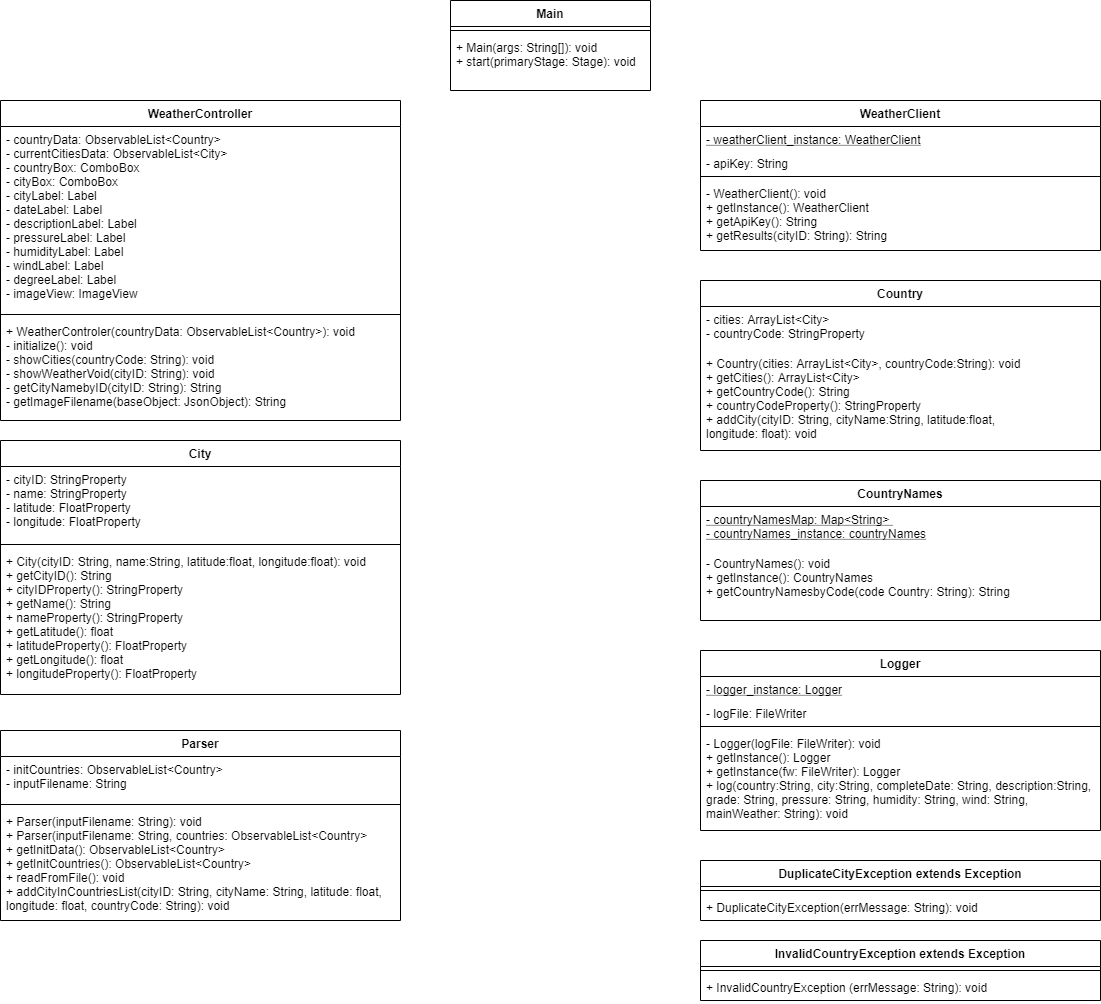
Above: Diagrams/DiagramaClase.png in andreibrinzea/WeatherApp (draw.io), before the change. Source tidied: cells renumbered, new cells last; positions are measured from the earlier drawing's top-left corner, leaving out a move shared by most shapes. Source of this version:
```xml
<mxGraphModel>
  <root>
    <mxCell id="0" />
    <mxCell id="1" parent="0" />
    <mxCell id="2" value="Main" style="swimlane;fontStyle=1;align=center;verticalAlign=top;horizontal=1;startSize=26;" parent="1" vertex="1">
      <mxGeometry x="450" width="200" height="90" as="geometry" />
    </mxCell>
    <mxCell id="3" style="line;strokeWidth=1;fillColor=none;align=left;verticalAlign=middle;spacingTop=-1;spacingLeft=3;spacingRight=3;labelPosition=right;" parent="2" vertex="1">
      <mxGeometry y="26" width="200" height="8" as="geometry" />
    </mxCell>
    <mxCell id="4" value="+ Main(args: String[]): void&#10;+ start(primaryStage: Stage): void" style="text;strokeColor=none;fillColor=none;align=left;verticalAlign=top;spacingLeft=4;spacingRight=4;overflow=hidden;" parent="2" vertex="1">
      <mxGeometry y="34" width="200" height="56" as="geometry" />
    </mxCell>
    <mxCell id="5" value="City" style="swimlane;fontStyle=1;align=center;verticalAlign=top;horizontal=1;startSize=26;" parent="1" vertex="1">
      <mxGeometry y="440" width="400" height="254" as="geometry" />
    </mxCell>
    <mxCell id="6" value="- cityID: StringProperty&#10;- name: StringProperty&#10;- latitude: FloatProperty&#10;- longitude: FloatProperty" style="text;strokeColor=none;fillColor=none;align=left;verticalAlign=top;spacingLeft=4;spacingRight=4;overflow=hidden;points=[[0,0.5],[1,0.5]];portConstraint=eastwest;" parent="5" vertex="1">
      <mxGeometry y="26" width="400" height="74" as="geometry" />
    </mxCell>
    <mxCell id="7" style="line;strokeWidth=1;fillColor=none;align=left;verticalAlign=middle;spacingTop=-1;spacingLeft=3;spacingRight=3;labelPosition=right;" parent="5" vertex="1">
      <mxGeometry y="100" width="400" height="8" as="geometry" />
    </mxCell>
    <mxCell id="8" value="+ City(cityID: String, name:String, latitude:float, longitude:float): void&#10;+ getCityID(): String&#10;+ cityIDProperty(): StringProperty&#10;+ getName(): String&#10;+ nameProperty(): StringProperty&#10;+ getLatitude(): float&#10;+ latitudeProperty(): FloatProperty&#10;+ getLongitude(): float&#10;+ longitudeProperty(): FloatProperty&#10;" style="text;strokeColor=none;fillColor=none;align=left;verticalAlign=top;spacingLeft=4;spacingRight=4;overflow=hidden;points=[[0,0.5],[1,0.5]];portConstraint=eastwest;" parent="5" vertex="1">
      <mxGeometry y="108" width="400" height="146" as="geometry" />
    </mxCell>
    <mxCell id="9" value="Country" style="swimlane;fontStyle=1;align=center;verticalAlign=top;horizontal=1;startSize=26;" parent="1" vertex="1">
      <mxGeometry x="700" y="280" width="400" height="170" as="geometry" />
    </mxCell>
    <mxCell id="10" value="- cities: ArrayList&lt;City&gt;&#10;- countryCode: StringProperty " style="text;strokeColor=none;fillColor=none;align=left;verticalAlign=top;spacingLeft=4;spacingRight=4;overflow=hidden;points=[[0,0.5],[1,0.5]];portConstraint=eastwest;" parent="9" vertex="1">
      <mxGeometry y="26" width="400" height="44" as="geometry" />
    </mxCell>
    <mxCell id="11" value="+ Country(cities: ArrayList&lt;City&gt;, countryCode:String): void&#10;+ getCities(): ArrayList&lt;City&gt;&#10;+ getCountryCode(): String&#10;+ countryCodeProperty(): StringProperty&#10;+ addCity(cityID: String, cityName:String, latitude:float, &#10;longitude: float): void" style="text;strokeColor=none;fillColor=none;align=left;verticalAlign=top;spacingLeft=4;spacingRight=4;overflow=hidden;points=[[0,0.5],[1,0.5]];portConstraint=eastwest;" parent="9" vertex="1">
      <mxGeometry y="70" width="400" height="100" as="geometry" />
    </mxCell>
    <mxCell id="12" value="CountryNames" style="swimlane;fontStyle=1;align=center;verticalAlign=top;horizontal=1;startSize=26;" parent="1" vertex="1">
      <mxGeometry x="700" y="480" width="400" height="140" as="geometry" />
    </mxCell>
    <mxCell id="13" value="- countryNamesMap: Map&lt;String&gt; &#10;- countryNames_instance: countryNames" style="text;strokeColor=none;fillColor=none;align=left;verticalAlign=top;spacingLeft=4;spacingRight=4;overflow=hidden;fontStyle=4;" parent="12" vertex="1">
      <mxGeometry y="26" width="400" height="44" as="geometry" />
    </mxCell>
    <mxCell id="14" value="- CountryNames(): void&#10;+ getInstance(): CountryNames&#10;+ getCountryNamesbyCode(code Country: String): String" style="text;strokeColor=none;fillColor=none;align=left;verticalAlign=top;spacingLeft=4;spacingRight=4;overflow=hidden;" parent="12" vertex="1">
      <mxGeometry y="70" width="400" height="70" as="geometry" />
    </mxCell>
    <mxCell id="15" value="Logger" style="swimlane;fontStyle=1;align=center;verticalAlign=top;horizontal=1;startSize=26;" parent="1" vertex="1">
      <mxGeometry x="700" y="650" width="400" height="180" as="geometry" />
    </mxCell>
    <mxCell id="16" value="- logger_instance: Logger" style="text;strokeColor=none;fillColor=none;align=left;verticalAlign=top;spacingLeft=4;spacingRight=4;overflow=hidden;fontStyle=4;" parent="15" vertex="1">
      <mxGeometry y="26" width="400" height="24" as="geometry" />
    </mxCell>
    <mxCell id="17" value="- logFile: FileWriter" style="text;strokeColor=none;fillColor=none;align=left;verticalAlign=top;spacingLeft=4;spacingRight=4;overflow=hidden;fontStyle=0;" parent="15" vertex="1">
      <mxGeometry y="50" width="400" height="22" as="geometry" />
    </mxCell>
    <mxCell id="18" style="line;strokeWidth=1;fillColor=none;align=left;verticalAlign=middle;spacingTop=-1;spacingLeft=3;spacingRight=3;labelPosition=right;" parent="15" vertex="1">
      <mxGeometry y="72" width="400" height="8" as="geometry" />
    </mxCell>
    <mxCell id="19" value="- Logger(logFile: FileWriter): void&#10;+ getInstance(): Logger&#10;+ getInstance(fw: FileWriter): Logger&#10;+ log(country:String, city:String, completeDate: String, description:String, &#10;grade: String, pressure: String, humidity: String, wind: String, &#10;mainWeather: String): void" style="text;strokeColor=none;fillColor=none;align=left;verticalAlign=top;spacingLeft=4;spacingRight=4;overflow=hidden;fontStyle=0;" parent="15" vertex="1">
      <mxGeometry y="80" width="400" height="100" as="geometry" />
    </mxCell>
    <mxCell id="20" value="WeatherClient" style="swimlane;fontStyle=1;align=center;verticalAlign=top;horizontal=1;startSize=26;" parent="1" vertex="1">
      <mxGeometry x="700" y="100" width="400" height="150" as="geometry" />
    </mxCell>
    <mxCell id="21" value="- weatherClient_instance: WeatherClient" style="text;strokeColor=none;fillColor=none;align=left;verticalAlign=top;spacingLeft=4;spacingRight=4;overflow=hidden;fontStyle=4;" parent="20" vertex="1">
      <mxGeometry y="26" width="400" height="24" as="geometry" />
    </mxCell>
    <mxCell id="22" value="- apiKey: String" style="text;strokeColor=none;fillColor=none;align=left;verticalAlign=top;spacingLeft=4;spacingRight=4;overflow=hidden;fontStyle=0;" parent="20" vertex="1">
      <mxGeometry y="50" width="400" height="22" as="geometry" />
    </mxCell>
    <mxCell id="23" style="line;strokeWidth=1;fillColor=none;align=left;verticalAlign=middle;spacingTop=-1;spacingLeft=3;spacingRight=3;labelPosition=right;" parent="20" vertex="1">
      <mxGeometry y="72" width="400" height="8" as="geometry" />
    </mxCell>
    <mxCell id="24" value="- WeatherClient(): void&#10;+ getInstance(): WeatherClient&#10;+ getApiKey(): String&#10;+ getResults(cityID: String): String" style="text;strokeColor=none;fillColor=none;align=left;verticalAlign=top;spacingLeft=4;spacingRight=4;overflow=hidden;fontStyle=0;" parent="20" vertex="1">
      <mxGeometry y="80" width="400" height="70" as="geometry" />
    </mxCell>
    <mxCell id="25" value="Parser" style="swimlane;fontStyle=1;align=center;verticalAlign=top;horizontal=1;startSize=26;" parent="1" vertex="1">
      <mxGeometry y="730" width="400" height="190" as="geometry" />
    </mxCell>
    <mxCell id="26" value="- initCountries: ObservableList&lt;Country&gt;&#10;- inputFilename: String" style="text;strokeColor=none;fillColor=none;align=left;verticalAlign=top;spacingLeft=4;spacingRight=4;overflow=hidden;" parent="25" vertex="1">
      <mxGeometry y="26" width="400" height="44" as="geometry" />
    </mxCell>
    <mxCell id="27" style="line;strokeWidth=1;fillColor=none;align=left;verticalAlign=middle;spacingTop=-1;spacingLeft=3;spacingRight=3;labelPosition=right;" parent="25" vertex="1">
      <mxGeometry y="70" width="400" height="8" as="geometry" />
    </mxCell>
    <mxCell id="28" value="+ Parser(inputFilename: String): void&#10;+ Parser(inputFilename: String, countries: ObservableList&lt;Country&gt;&#10;+ getInitData(): ObservableList&lt;Country&gt;&#10;+ getInitCountries(): ObservableList&lt;Country&gt;&#10;+ readFromFile(): void&#10;+ addCityInCountriesList(cityID: String, cityName: String, latitude: float,&#10;longitude: float, countryCode: String): void" style="text;strokeColor=none;fillColor=none;align=left;verticalAlign=top;spacingLeft=4;spacingRight=4;overflow=hidden;" parent="25" vertex="1">
      <mxGeometry y="78" width="400" height="112" as="geometry" />
    </mxCell>
    <mxCell id="29" value="WeatherController" style="swimlane;fontStyle=1;align=center;verticalAlign=top;horizontal=1;startSize=26;" parent="1" vertex="1">
      <mxGeometry y="100" width="400" height="320" as="geometry" />
    </mxCell>
    <mxCell id="30" value="- countryData: ObservableList&lt;Country&gt;&#10;- currentCitiesData: ObservableList&lt;City&gt;&#10;- countryBox: ComboBox&#10;- cityBox: ComboBox&#10;- cityLabel: Label&#10;- dateLabel: Label&#10;- descriptionLabel: Label&#10;- pressureLabel: Label&#10;- humidityLabel: Label&#10;- windLabel: Label&#10;- degreeLabel: Label&#10;- imageView: ImageView" style="text;strokeColor=none;fillColor=none;align=left;verticalAlign=top;spacingLeft=4;spacingRight=4;overflow=hidden;points=[[0,0.5],[1,0.5]];portConstraint=eastwest;" parent="29" vertex="1">
      <mxGeometry y="26" width="400" height="184" as="geometry" />
    </mxCell>
    <mxCell id="31" style="line;strokeWidth=1;fillColor=none;align=left;verticalAlign=middle;spacingTop=-1;spacingLeft=3;spacingRight=3;labelPosition=right;" parent="29" vertex="1">
      <mxGeometry y="210" width="400" height="8" as="geometry" />
    </mxCell>
    <mxCell id="32" value="+ WeatherControler(countryData: ObservableList&lt;Country&gt;): void&#10;- initialize(): void&#10;- showCities(countryCode: String): void&#10;- showWeatherVoid(cityID: String): void&#10;- getCityNamebyID(cityID: String): String&#10;- getImageFilename(baseObject: JsonObject): String" style="text;strokeColor=none;fillColor=none;align=left;verticalAlign=top;spacingLeft=4;spacingRight=4;overflow=hidden;" parent="29" vertex="1">
      <mxGeometry y="218" width="400" height="102" as="geometry" />
    </mxCell>
    <mxCell id="33" value="DuplicateCityException extends Exception" style="swimlane;fontStyle=1;align=center;verticalAlign=top;horizontal=1;startSize=26;" parent="1" vertex="1">
      <mxGeometry x="700" y="860" width="400" height="60" as="geometry" />
    </mxCell>
    <mxCell id="34" style="line;strokeWidth=1;fillColor=none;align=left;verticalAlign=middle;spacingTop=-1;spacingLeft=3;spacingRight=3;labelPosition=right;" parent="33" vertex="1">
      <mxGeometry y="26" width="400" height="8" as="geometry" />
    </mxCell>
    <mxCell id="35" value="+ DuplicateCityException(errMessage: String): void" style="text;strokeColor=none;fillColor=none;align=left;verticalAlign=top;spacingLeft=4;spacingRight=4;overflow=hidden;" parent="33" vertex="1">
      <mxGeometry y="34" width="400" height="26" as="geometry" />
    </mxCell>
    <mxCell id="36" value="InvalidCountryException extends Exception" style="swimlane;fontStyle=1;align=center;verticalAlign=top;horizontal=1;startSize=26;" parent="1" vertex="1">
      <mxGeometry x="700" y="940" width="400" height="60" as="geometry" />
    </mxCell>
    <mxCell id="37" style="line;strokeWidth=1;fillColor=none;align=left;verticalAlign=middle;spacingTop=-1;spacingLeft=3;spacingRight=3;labelPosition=right;" parent="36" vertex="1">
      <mxGeometry y="26" width="400" height="8" as="geometry" />
    </mxCell>
    <mxCell id="38" value="+ InvalidCountryException (errMessage: String): void" style="text;strokeColor=none;fillColor=none;align=left;verticalAlign=top;spacingLeft=4;spacingRight=4;overflow=hidden;" parent="36" vertex="1">
      <mxGeometry y="34" width="400" height="26" as="geometry" />
    </mxCell>
  </root>
</mxGraphModel>
```
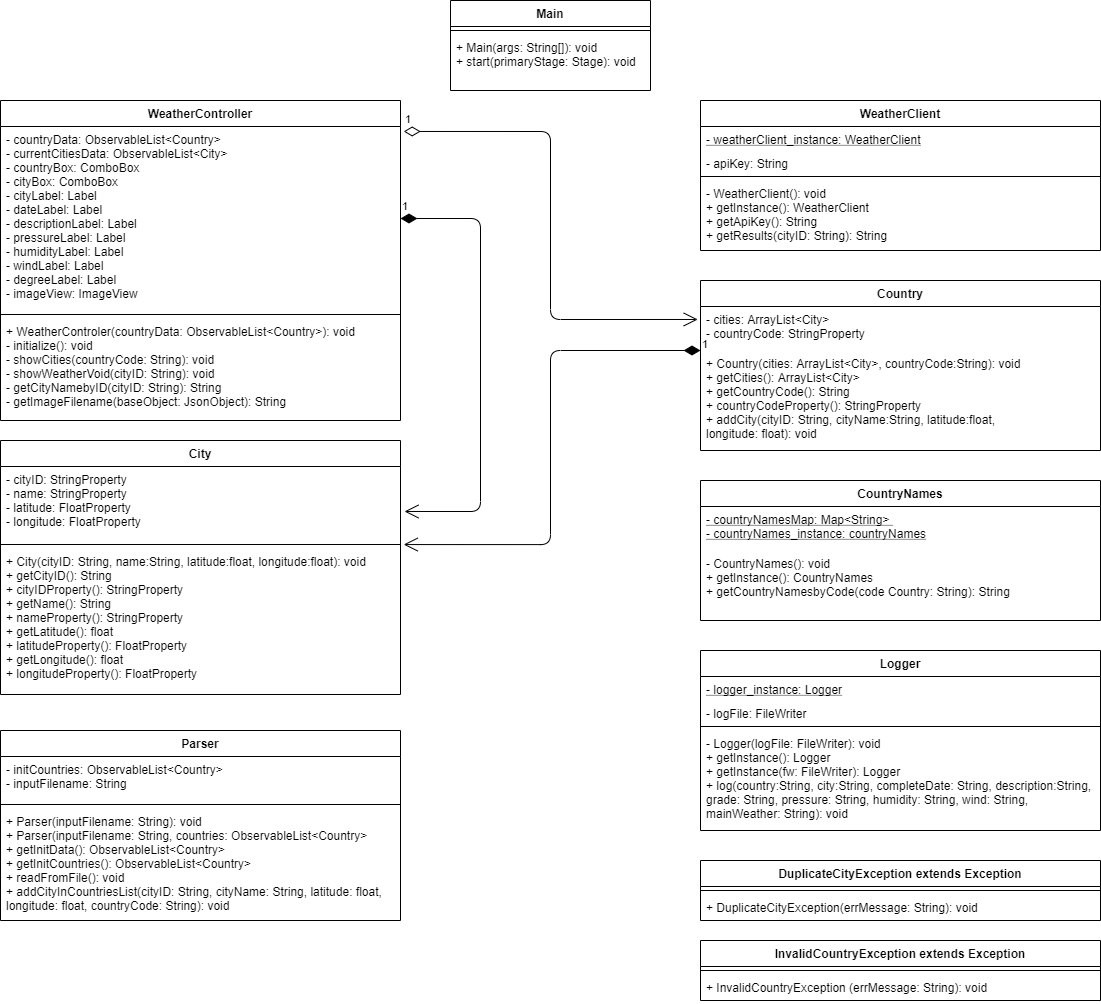
Above is the later version.

Commit message:
Modificare diagrama de clase

Au fost adaugate si relatiile necesare in cadrul
diagramei de clase.

Change to the diagram source:
```diff
@@ -113,5 +113,24 @@
     <mxCell id="38" value="+ InvalidCountryException (errMessage: String): void" style="text;strokeColor=none;fillColor=none;align=left;verticalAlign=top;spacingLeft=4;spacingRight=4;overflow=hidden;" parent="36" vertex="1">
       <mxGeometry y="34" width="400" height="26" as="geometry" />
     </mxCell>
+    <mxCell id="39" value="1" style="endArrow=open;html=1;endSize=12;startArrow=diamondThin;startSize=14;startFill=0;edgeStyle=orthogonalEdgeStyle;align=left;verticalAlign=bottom;exitX=1.008;exitY=0.027;exitDx=0;exitDy=0;exitPerimeter=0;entryX=-0.007;entryY=0.295;entryDx=0;entryDy=0;entryPerimeter=0;" parent="1" edge="1" source="30" target="10">
+      <mxGeometry x="-1" y="3" relative="1" as="geometry" />
+    </mxCell>
+    <mxCell id="40" value="1" style="endArrow=open;html=1;endSize=12;startArrow=diamondThin;startSize=14;startFill=1;edgeStyle=orthogonalEdgeStyle;align=left;verticalAlign=bottom;entryX=1.008;entryY=-0.027;entryDx=0;entryDy=0;entryPerimeter=0;exitX=0;exitY=0;exitDx=0;exitDy=0;exitPerimeter=0;" parent="1" edge="1" source="11" target="8">
+      <mxGeometry x="-1" y="3" relative="1" as="geometry">
+        <Array as="points">
+          <mxPoint x="550" y="350" />
+          <mxPoint x="550" y="544" />
+        </Array>
+      </mxGeometry>
+    </mxCell>
+    <mxCell id="41" value="1" style="endArrow=open;html=1;endSize=12;startArrow=diamondThin;startSize=14;startFill=1;edgeStyle=orthogonalEdgeStyle;align=left;verticalAlign=bottom;exitX=1;exitY=0.5;exitDx=0;exitDy=0;entryX=1.01;entryY=0.608;entryDx=0;entryDy=0;entryPerimeter=0;" parent="1" edge="1" source="30" target="6">
+      <mxGeometry x="-1" y="3" relative="1" as="geometry">
+        <Array as="points">
+          <mxPoint x="480" y="218" />
+          <mxPoint x="480" y="511" />
+        </Array>
+      </mxGeometry>
+    </mxCell>
   </root>
 </mxGraphModel>
```
